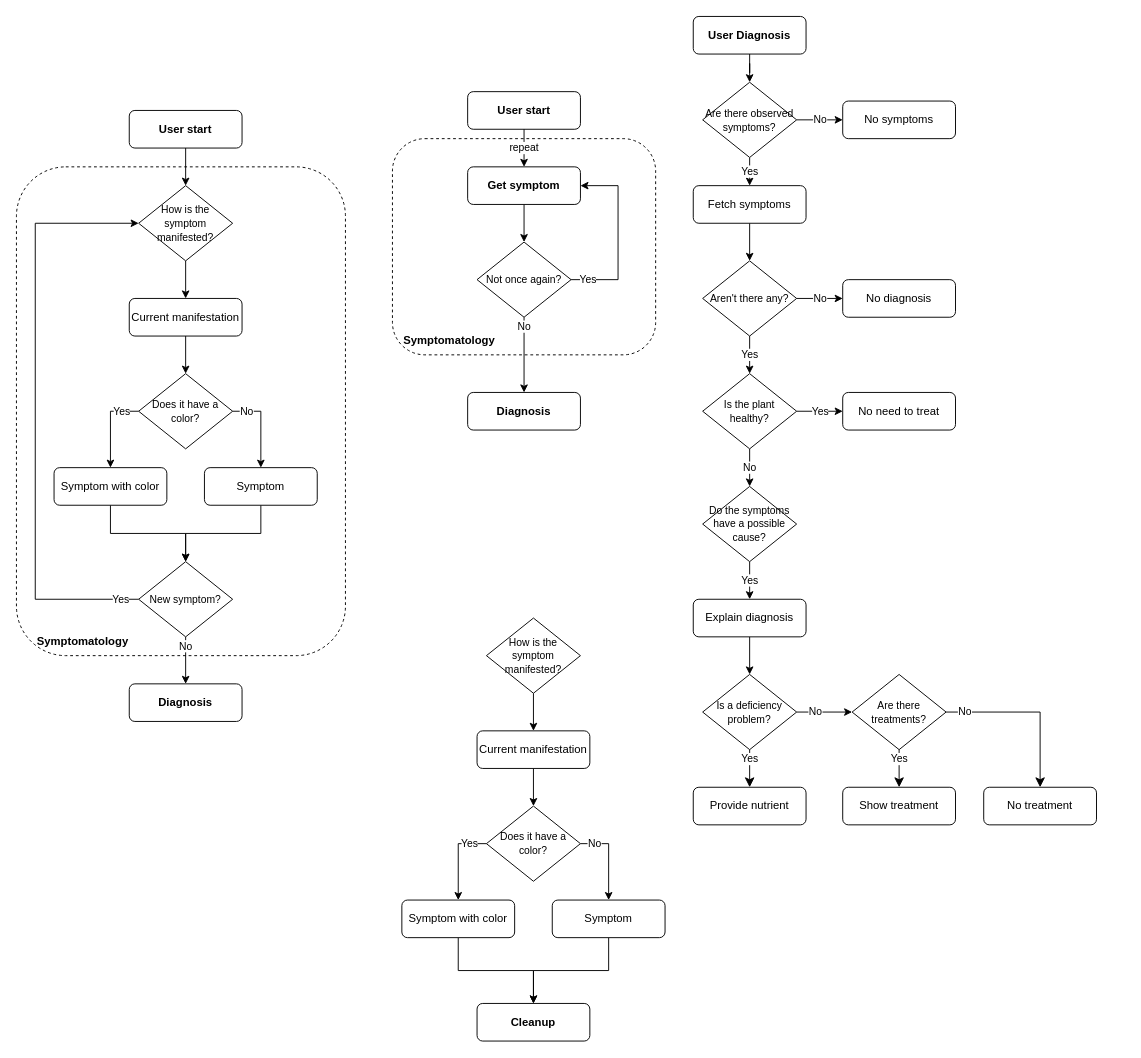
Before: docs/user_mode_rules.drawio in francescoperagine/GreMaES, a draw.io diagram. Source tidied: cells renumbered, new cells numbered last; positions are measured from the earlier drawing's top-left corner, leaving out a move shared by most shapes. Both pictures are drawn from the tidied source at 94%, with x=0, y=0 at pixel (16, 16).
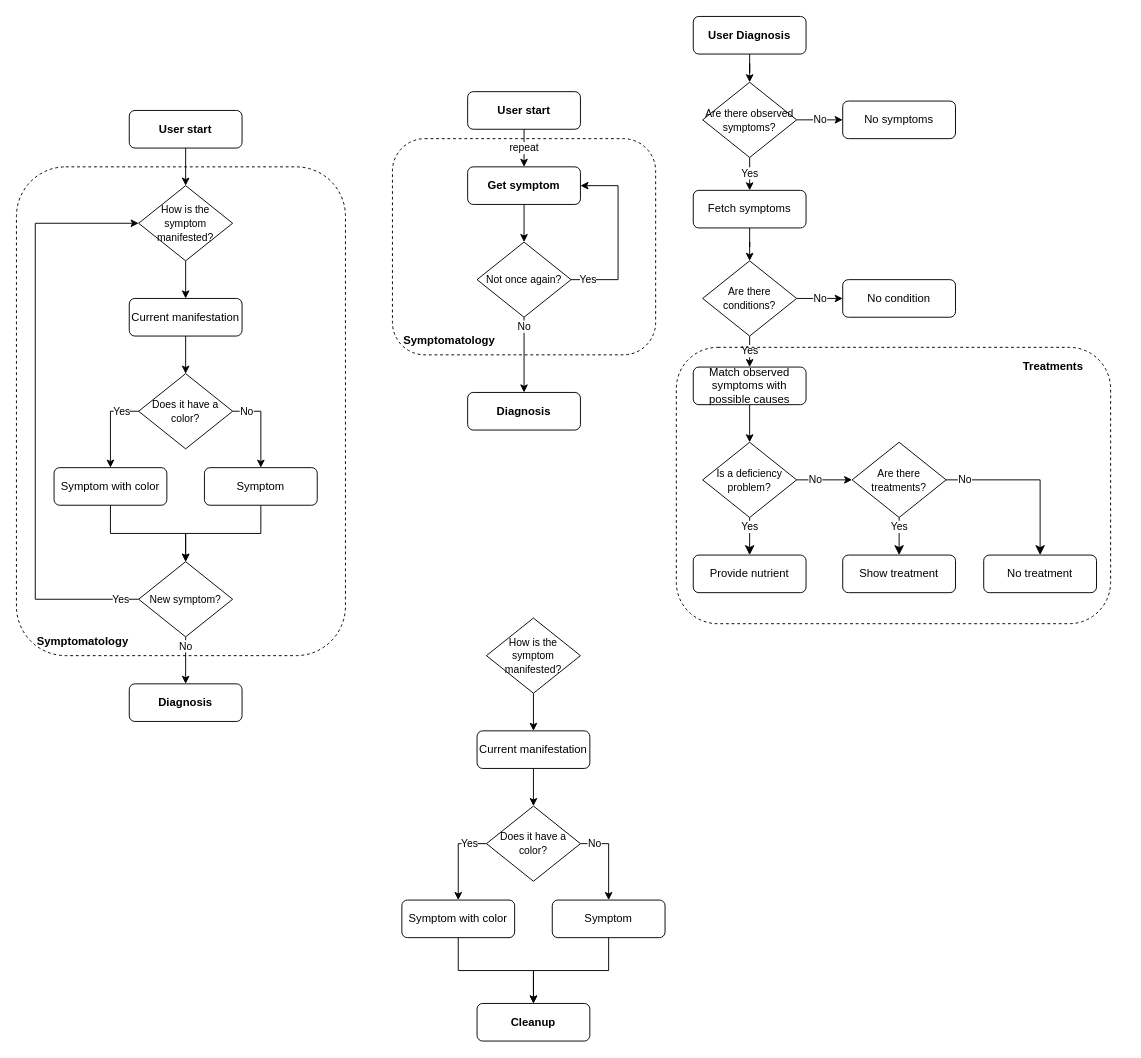
Above is the later version.

Commit message (it also covers changes not shown here):
kb_mode fix, health_issue refactoring

What changed in the source:
```diff
@@
-    <mxCell id="16" value="Yes" style="edgeStyle=orthogonalEdgeStyle;rounded=0;jettySize=auto;html=1;" parent="1" edge="1" source="17" target="20">
-      <mxGeometry relative="1" as="geometry" />
-    </mxCell>
-    <mxCell id="17" value="&lt;span style=&quot;font-size: 11px;&quot;&gt;Do the symptoms have a possible cause?&lt;/span&gt;" style="rhombus;whiteSpace=wrap;html=1;" parent="1" vertex="1">
-      <mxGeometry x="730" y="500" width="100" height="80" as="geometry" />
-    </mxCell>
     <mxCell id="18" value="&lt;span style=&quot;font-size: 11px;&quot;&gt;Are there treatments?&lt;/span&gt;" style="rhombus;whiteSpace=wrap;html=1;" parent="1" vertex="1">
-      <mxGeometry x="889" y="700" width="100" height="80" as="geometry" />
+      <mxGeometry x="889" y="453" width="100" height="80" as="geometry" />
     </mxCell>
@@
-    <mxCell id="20" value="Explain diagnosis" style="rounded=1;whiteSpace=wrap;html=1;fontSize=12;glass=0;strokeWidth=1;shadow=0;fontStyle=0;" parent="1" vertex="1">
-      <mxGeometry x="720" y="620" width="120" height="40" as="geometry" />
+    <mxCell id="20" value="Match observed symptoms with possible causes" style="rounded=1;whiteSpace=wrap;html=1;fontSize=12;glass=0;strokeWidth=1;shadow=0;fontStyle=0;" parent="1" vertex="1">
+      <mxGeometry x="720" y="373" width="120" height="40" as="geometry" />
     </mxCell>
     <mxCell id="21" value="Show treatment" style="rounded=1;whiteSpace=wrap;html=1;fontSize=12;glass=0;strokeWidth=1;shadow=0;fontStyle=0;" parent="1" vertex="1">
-      <mxGeometry x="879" y="820" width="120" height="40" as="geometry" />
+      <mxGeometry x="879" y="573" width="120" height="40" as="geometry" />
     </mxCell>
@@
-    <mxCell id="23" value="No diagnosis" style="rounded=1;whiteSpace=wrap;html=1;fontSize=12;glass=0;strokeWidth=1;shadow=0;fontStyle=0;" parent="1" vertex="1">
+    <mxCell id="23" value="No condition" style="rounded=1;whiteSpace=wrap;html=1;fontSize=12;glass=0;strokeWidth=1;shadow=0;fontStyle=0;" parent="1" vertex="1">
       <mxGeometry x="879" y="280" width="120" height="40" as="geometry" />
     </mxCell>
     <mxCell id="24" value="No treatment" style="rounded=1;whiteSpace=wrap;html=1;fontSize=12;glass=0;strokeWidth=1;shadow=0;fontStyle=0;" parent="1" vertex="1">
-      <mxGeometry x="1029" y="820" width="120" height="40" as="geometry" />
+      <mxGeometry x="1029" y="573" width="120" height="40" as="geometry" />
     </mxCell>
@@
     <mxCell id="27" value="&lt;span style=&quot;font-size: 11px;&quot;&gt;Is a deficiency problem?&lt;/span&gt;" style="rhombus;whiteSpace=wrap;html=1;" parent="1" vertex="1">
-      <mxGeometry x="730" y="700" width="100" height="80" as="geometry" />
+      <mxGeometry x="730" y="453" width="100" height="80" as="geometry" />
     </mxCell>
@@
     <mxCell id="29" value="Provide nutrient" style="rounded=1;whiteSpace=wrap;html=1;fontSize=12;glass=0;strokeWidth=1;shadow=0;fontStyle=0;" parent="1" vertex="1">
-      <mxGeometry x="720" y="820" width="120" height="40" as="geometry" />
+      <mxGeometry x="720" y="573" width="120" height="40" as="geometry" />
     </mxCell>
@@
     <mxCell id="33" value="Fetch symptoms" style="rounded=1;whiteSpace=wrap;html=1;fontSize=12;glass=0;strokeWidth=1;shadow=0;fontStyle=0;" parent="1" vertex="1">
-      <mxGeometry x="720" y="180" width="120" height="40" as="geometry" />
+      <mxGeometry x="720" y="185" width="120" height="40" as="geometry" />
     </mxCell>
@@
-    <mxCell id="35" value="Yes" style="edgeStyle=orthogonalEdgeStyle;rounded=0;jettySize=auto;html=1;" parent="1" edge="1" source="37" target="38">
-      <mxGeometry relative="1" as="geometry" />
-    </mxCell>
-    <mxCell id="36" value="No" style="edgeStyle=orthogonalEdgeStyle;rounded=0;jettySize=auto;html=1;" parent="1" edge="1" source="37" target="17">
-      <mxGeometry relative="1" as="geometry" />
-    </mxCell>
-    <mxCell id="37" value="&lt;span style=&quot;font-size: 11px;&quot;&gt;Is the plant healthy?&lt;/span&gt;" style="rhombus;whiteSpace=wrap;html=1;" parent="1" vertex="1">
-      <mxGeometry x="730" y="380" width="100" height="80" as="geometry" />
-    </mxCell>
-    <mxCell id="38" value="No need to treat" style="rounded=1;whiteSpace=wrap;html=1;fontSize=12;glass=0;strokeWidth=1;shadow=0;fontStyle=0;" parent="1" vertex="1">
-      <mxGeometry x="879" y="400" width="120" height="40" as="geometry" />
-    </mxCell>
@@
-    <mxCell id="47" value="Yes" style="edgeStyle=orthogonalEdgeStyle;rounded=0;jettySize=auto;html=1;endArrow=classic;endFill=1;" parent="1" edge="1" source="48" target="37">
-      <mxGeometry relative="1" as="geometry" />
+    <mxCell id="47" value="Yes" style="edgeStyle=orthogonalEdgeStyle;rounded=0;jettySize=auto;html=1;endArrow=classic;endFill=1;" parent="1" edge="1" source="48" target="20">
+      <mxGeometry x="0.01" relative="1" as="geometry" />
     </mxCell>
-    <mxCell id="48" value="&lt;span style=&quot;font-size: 11px;&quot;&gt;Aren't there any?&lt;/span&gt;" style="rhombus;whiteSpace=wrap;html=1;" parent="1" vertex="1">
+    <mxCell id="48" value="&lt;span style=&quot;font-size: 11px;&quot;&gt;Are there conditions?&lt;/span&gt;" style="rhombus;whiteSpace=wrap;html=1;" parent="1" vertex="1">
       <mxGeometry x="730" y="260" width="100" height="80" as="geometry" />
     </mxCell>
@@
+    <mxCell id="72" style="rounded=1;whiteSpace=wrap;html=1;dashed=1;fillColor=none;" parent="1" vertex="1">
+      <mxGeometry x="702" y="352" width="462" height="294" as="geometry" />
+    </mxCell>
+    <mxCell id="73" value="Treatments" style="text;html=1;strokeColor=none;fillColor=none;align=left;verticalAlign=middle;whiteSpace=wrap;rounded=0;fontStyle=1;" parent="1" vertex="1">
+      <mxGeometry x="1069" y="358" width="110" height="30" as="geometry" />
+    </mxCell>
```
